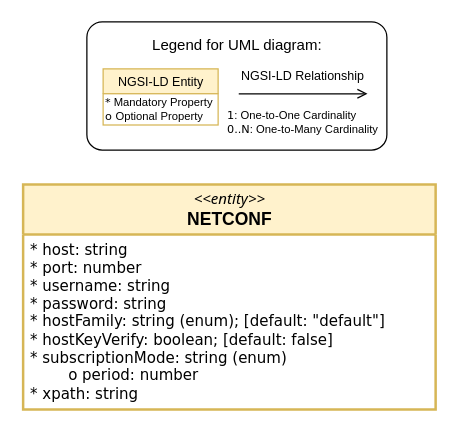
Before: page "schema-netconf-client-virtualization" (4 of 34) of ngsi-ld/information-models/netconf-controller-information-models-and-data-integration-workflows.drawio in giros-dit/yang-to-ngsi-ld, a draw.io diagram. Source tidied: cells renumbered, new cells numbered last; positions are measured from the earlier drawing's top-left corner, leaving out a move shared by most shapes. Both pictures are drawn from the tidied source at 125%, with x=0, y=0 at pixel (22, 21).
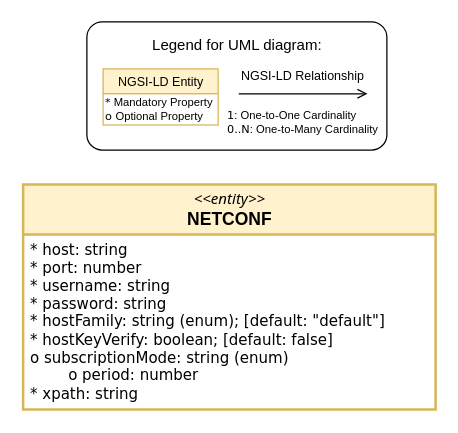
After the change.

The edit, as a diff of the source:
```diff
@@
 <mxGraphModel>
   <root>
     <mxCell id="0" />
     <mxCell id="1" parent="0" />
     <mxCell id="2" value="&lt;font style=&quot;font-size: 12px;&quot; face=&quot;Tahoma&quot;&gt;&amp;lt;&amp;lt;entity&amp;gt;&amp;gt;&lt;/font&gt;&lt;br&gt;&lt;span style=&quot;font-style: normal;&quot;&gt;&lt;b&gt;NETCONF&lt;/b&gt;&lt;/span&gt;" style="swimlane;horizontal=1;startSize=40;rounded=0;fontSize=14;fontStyle=2;strokeWidth=2;shadow=0;dashed=0;align=center;fillColor=#fff2cc;strokeColor=#d6b656;spacingBottom=2;arcSize=19;fixDash=0;backgroundOutline=0;enumerate=0;noLabel=0;html=1;" parent="1" vertex="1">
       <mxGeometry y="130" width="330" height="180" as="geometry" />
     </mxCell>
-    <mxCell id="3" value="* host: string&amp;nbsp;&lt;div&gt;* port: number&lt;/div&gt;&lt;div&gt;* username: string&amp;nbsp;&lt;/div&gt;&lt;div&gt;* password: string&amp;nbsp;&lt;/div&gt;&lt;div&gt;&lt;span style=&quot;background-color: initial;&quot;&gt;* hostFamily: string (enum); [default: &quot;default&quot;]&lt;/span&gt;&lt;br&gt;&lt;/div&gt;&lt;div&gt;&lt;div&gt;* hostKeyVerify: boolean; [default: false]&lt;/div&gt;&lt;/div&gt;&lt;div&gt;&lt;div&gt;&lt;span style=&quot;background-color: initial;&quot;&gt;* subscriptionMode: string (enum)&lt;/span&gt;&lt;/div&gt;&lt;div&gt;&lt;span style=&quot;background-color: initial;&quot;&gt;&lt;span style=&quot;white-space: pre;&quot;&gt;&#9;&lt;/span&gt;o period: number&lt;/span&gt;&lt;/div&gt;&lt;/div&gt;&lt;div&gt;&lt;div&gt;* xpath: string&lt;/div&gt;&lt;div&gt;&lt;div&gt;&lt;/div&gt;&lt;/div&gt;&lt;/div&gt;" style="align=left;strokeColor=none;fillColor=none;spacingLeft=4;fontSize=12;verticalAlign=middle;spacingBottom=0;html=1;fontFamily=Verdana;spacing=2;horizontal=1;" parent="2" vertex="1">
+    <mxCell id="3" value="* host: string&amp;nbsp;&lt;div&gt;* port: number&lt;/div&gt;&lt;div&gt;* username: string&amp;nbsp;&lt;/div&gt;&lt;div&gt;* password: string&amp;nbsp;&lt;/div&gt;&lt;div&gt;&lt;span style=&quot;background-color: initial;&quot;&gt;* hostFamily: string (enum); [default: &quot;default&quot;]&lt;/span&gt;&lt;br&gt;&lt;/div&gt;&lt;div&gt;&lt;div&gt;* hostKeyVerify: boolean; [default: false]&lt;/div&gt;&lt;/div&gt;&lt;div&gt;&lt;div&gt;&lt;span style=&quot;background-color: initial;&quot;&gt;o&lt;/span&gt;&lt;span style=&quot;background-color: initial;&quot;&gt;&amp;nbsp;subscriptionMode: string (enum)&lt;/span&gt;&lt;/div&gt;&lt;div&gt;&lt;span style=&quot;background-color: initial;&quot;&gt;&lt;span style=&quot;white-space: pre;&quot;&gt;&#9;&lt;/span&gt;o period: number&lt;/span&gt;&lt;/div&gt;&lt;/div&gt;&lt;div&gt;&lt;div&gt;* xpath: string&lt;/div&gt;&lt;div&gt;&lt;div&gt;&lt;/div&gt;&lt;/div&gt;&lt;/div&gt;" style="align=left;strokeColor=none;fillColor=none;spacingLeft=4;fontSize=12;verticalAlign=middle;spacingBottom=0;html=1;fontFamily=Verdana;spacing=2;horizontal=1;" parent="2" vertex="1">
       <mxGeometry y="40" width="330" height="140" as="geometry" />
     </mxCell>
     <mxCell id="4" style="rounded=1;whiteSpace=wrap;html=1;arcSize=12;" parent="1" vertex="1">
       <mxGeometry x="51" width="240" height="102.5" as="geometry" />
     </mxCell>
     <mxCell id="5" value="Legend for UML diagram:" style="text;html=1;align=center;verticalAlign=middle;whiteSpace=wrap;rounded=0;" parent="1" vertex="1">
       <mxGeometry x="93.5" y="4" width="155" height="30" as="geometry" />
     </mxCell>
     <mxCell id="6" value="&lt;font style=&quot;font-size: 10px;&quot;&gt;NGSI-LD Entity&lt;/font&gt;" style="swimlane;horizontal=1;startSize=38;rounded=0;fontSize=14;fontStyle=0;strokeWidth=1;shadow=0;dashed=0;align=center;fillColor=#fff2cc;strokeColor=#d6b656;spacingBottom=2;arcSize=19;fixDash=0;backgroundOutline=0;enumerate=0;noLabel=0;html=1;" parent="1" vertex="1">
       <mxGeometry x="64" y="37.5" width="92" height="20" as="geometry" />
     </mxCell>
     <mxCell id="7" value="&lt;div style=&quot;font-size: 11px;&quot;&gt;&lt;br&gt;&lt;/div&gt;" style="align=left;strokeColor=#d6b656;fillColor=#FFFFFF;spacingLeft=4;fontSize=12;verticalAlign=top;spacingBottom=0;html=1;fontFamily=Verdana;spacing=2;horizontal=1;" parent="1" vertex="1">
       <mxGeometry x="64" y="57.5" width="92" height="25" as="geometry" />
     </mxCell>
     <mxCell id="8" value="&lt;div style=&quot;text-align: left; font-size: 9px;&quot;&gt;&lt;font style=&quot;font-size: 9px;&quot;&gt;&lt;span style=&quot;background-color: initial; text-wrap: nowrap; font-family: Verdana;&quot;&gt;*&lt;/span&gt;&lt;span style=&quot;background-color: initial;&quot;&gt;&amp;nbsp;Mandatory Property&lt;/span&gt;&lt;/font&gt;&lt;/div&gt;&lt;div style=&quot;text-align: left; font-size: 9px;&quot;&gt;&lt;font style=&quot;font-size: 9px;&quot;&gt;&lt;span style=&quot;font-family: Verdana; text-wrap: nowrap; background-color: initial;&quot;&gt;&lt;font style=&quot;font-size: 9px;&quot;&gt;o&amp;nbsp;&lt;/font&gt;&lt;/span&gt;&lt;span style=&quot;background-color: initial;&quot;&gt;Optional Property&lt;/span&gt;&lt;/font&gt;&lt;br style=&quot;font-family: Verdana; text-align: left; text-wrap: nowrap; font-size: 5px;&quot;&gt;&lt;/div&gt;" style="text;html=1;align=center;verticalAlign=middle;whiteSpace=wrap;rounded=0;fontSize=5;" parent="1" vertex="1">
       <mxGeometry x="64" y="64.5" width="90" height="10" as="geometry" />
     </mxCell>
     <mxCell id="9" value="&lt;div style=&quot;text-align: left;&quot;&gt;&lt;span style=&quot;text-wrap: nowrap;&quot;&gt;&lt;font style=&quot;font-size: 10px;&quot; face=&quot;Helvetica&quot;&gt;NGSI-LD Relationship&lt;/font&gt;&lt;/span&gt;&lt;/div&gt;" style="text;html=1;align=center;verticalAlign=middle;whiteSpace=wrap;rounded=0;fontSize=5;" parent="1" vertex="1">
       <mxGeometry x="179" y="37.5" width="90" height="10" as="geometry" />
     </mxCell>
     <mxCell id="10" value="&lt;div style=&quot;text-align: left; font-size: 9px;&quot;&gt;&lt;font style=&quot;font-size: 9px;&quot;&gt;&lt;span style=&quot;background-color: initial;&quot;&gt;&lt;span style=&quot;text-wrap: nowrap;&quot;&gt;&lt;font style=&quot;font-size: 9px;&quot; face=&quot;Verdana&quot;&gt;1&lt;/font&gt;:&amp;nbsp;&lt;/span&gt;One-to-One Cardinality&lt;/span&gt;&lt;/font&gt;&lt;/div&gt;&lt;div style=&quot;text-align: left; font-size: 9px;&quot;&gt;&lt;font style=&quot;font-size: 9px;&quot;&gt;&lt;span style=&quot;text-wrap: nowrap; background-color: initial;&quot;&gt;&lt;font style=&quot;font-size: 9px;&quot;&gt;&lt;font style=&quot;font-size: 9px;&quot; face=&quot;Verdana&quot;&gt;0..N&lt;/font&gt;: One-to-Many Cardinality&lt;/font&gt;&lt;/span&gt;&lt;/font&gt;&lt;br style=&quot;font-family: Verdana; text-align: left; text-wrap: nowrap; font-size: 5px;&quot;&gt;&lt;/div&gt;" style="text;html=1;align=center;verticalAlign=middle;whiteSpace=wrap;rounded=0;fontSize=5;" parent="1" vertex="1">
       <mxGeometry x="169" y="64.5" width="110" height="30" as="geometry" />
     </mxCell>
     <mxCell id="11" style="endArrow=open;html=1;rounded=0;endFill=0;" parent="1" edge="1">
       <mxGeometry relative="1" as="geometry">
         <mxPoint x="172.5" y="57.5" as="sourcePoint" />
         <mxPoint x="275.5" y="57.5" as="targetPoint" />
       </mxGeometry>
     </mxCell>
   </root>
 </mxGraphModel>
```
